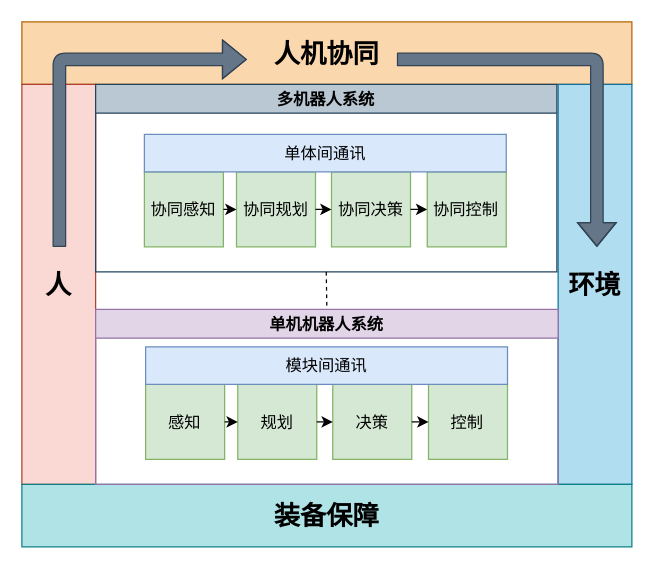
This is nudt.drawio from RoboDD/my-flow-chart, a draw.io file, before an edit. Source tidied: cells renumbered, new cells numbered last; positions are measured from the earlier drawing's top-left corner, leaving out a move shared by most shapes. Both pictures are drawn from the tidied source at 125%, with x=0, y=0 at pixel (21, 21).
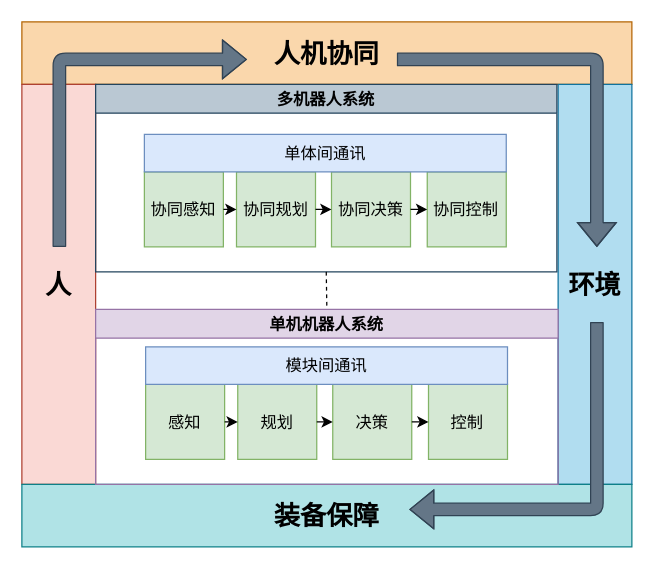
The same diagram, later.

Diff of the diagram source:
```diff
@@
+    <mxCell id="30" style="shape=flexArrow;endArrow=classic;html=1;fontSize=21;fillColor=#647687;strokeColor=#314354;" parent="1" edge="1">
+      <mxGeometry relative="1" as="geometry">
+        <mxPoint x="460" y="240" as="sourcePoint" />
+        <mxPoint x="310" y="390" as="targetPoint" />
+        <Array as="points">
+          <mxPoint x="460" y="390" />
+        </Array>
+      </mxGeometry>
+    </mxCell>
```
